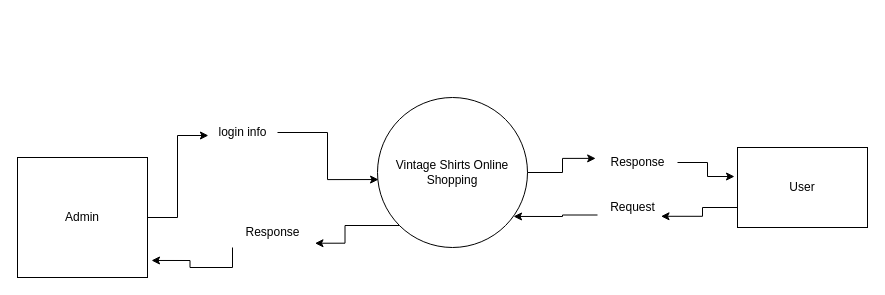
The draw.io diagram Untitled Diagram.drawio in Chukwuebuka-2003/SE-DFD, before the edit. Source tidied: cells renumbered, new cells numbered last; positions are measured from the earlier drawing's top-left corner, leaving out a move shared by most shapes. Both pictures are drawn from the tidied source at 100%, with x=0, y=0 at pixel (17, 97).
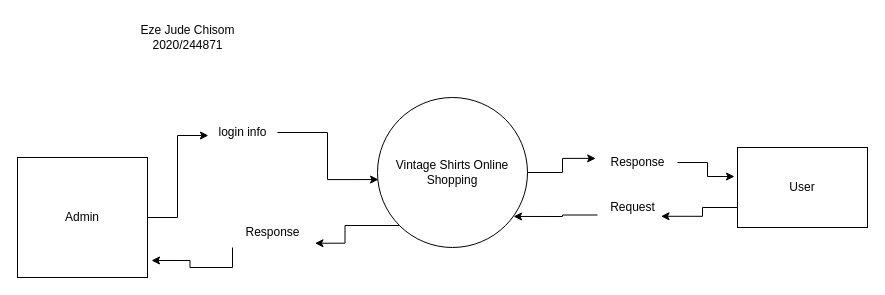
After the change.

The edit, as a diff of the source:
```diff
@@
 <mxGraphModel>
   <root>
     <mxCell id="0" />
     <mxCell id="1" parent="0" />
     <mxCell id="2" value="Vintage Shirts Online Shopping" style="shape=ellipse;html=1;dashed=0;whiteSpace=wrap;perimeter=ellipsePerimeter;" parent="1" vertex="1">
       <mxGeometry x="360" width="150" height="150" as="geometry" />
     </mxCell>
     <mxCell id="3" value="Admin" style="html=1;dashed=0;whiteSpace=wrap;" parent="1" vertex="1">
       <mxGeometry y="60" width="130" height="120" as="geometry" />
     </mxCell>
     <mxCell id="4" value="User" style="html=1;dashed=0;whiteSpace=wrap;" parent="1" vertex="1">
       <mxGeometry x="720" y="50" width="130" height="80" as="geometry" />
     </mxCell>
     <mxCell id="5" style="edgeStyle=orthogonalEdgeStyle;rounded=0;jettySize=auto;html=1;exitX=0;exitY=1;exitDx=0;exitDy=0;entryX=1.031;entryY=0.858;entryDx=0;entryDy=0;entryPerimeter=0;" parent="1" edge="1" source="16" target="3">
       <mxGeometry relative="1" as="geometry" />
     </mxCell>
     <mxCell id="6" style="edgeStyle=orthogonalEdgeStyle;rounded=0;jettySize=auto;html=1;exitX=1;exitY=0.5;exitDx=0;exitDy=0;entryX=-0.023;entryY=0.363;entryDx=0;entryDy=0;entryPerimeter=0;" parent="1" edge="1" source="9" target="4">
       <mxGeometry relative="1" as="geometry" />
     </mxCell>
     <mxCell id="7" style="edgeStyle=orthogonalEdgeStyle;rounded=0;jettySize=auto;html=1;exitX=0;exitY=0.75;exitDx=0;exitDy=0;entryX=0.907;entryY=0.793;entryDx=0;entryDy=0;entryPerimeter=0;" parent="1" edge="1" source="11" target="2">
       <mxGeometry relative="1" as="geometry" />
     </mxCell>
     <mxCell id="8" style="edgeStyle=orthogonalEdgeStyle;rounded=0;jettySize=auto;html=1;exitX=1;exitY=0.5;exitDx=0;exitDy=0;entryX=-0.023;entryY=0.363;entryDx=0;entryDy=0;entryPerimeter=0;" parent="1" edge="1" source="2" target="9">
       <mxGeometry relative="1" as="geometry" />
     </mxCell>
     <mxCell id="9" value="Response" style="text;html=1;align=center;verticalAlign=middle;points=[];strokeColor=none;fillColor=none;" parent="1" vertex="1">
       <mxGeometry x="580" y="50" width="80" height="30" as="geometry" />
     </mxCell>
     <mxCell id="10" style="edgeStyle=orthogonalEdgeStyle;rounded=0;jettySize=auto;html=1;exitX=0;exitY=0.75;exitDx=0;exitDy=0;entryX=0.907;entryY=0.793;entryDx=0;entryDy=0;entryPerimeter=0;" parent="1" edge="1" source="4" target="11">
       <mxGeometry relative="1" as="geometry" />
     </mxCell>
     <mxCell id="11" value="Request" style="text;html=1;align=center;verticalAlign=middle;points=[];strokeColor=none;fillColor=none;" parent="1" vertex="1">
       <mxGeometry x="580" y="95" width="70" height="30" as="geometry" />
     </mxCell>
     <mxCell id="12" style="edgeStyle=orthogonalEdgeStyle;rounded=0;jettySize=auto;html=1;exitX=1;exitY=0.5;exitDx=0;exitDy=0;entryX=0.013;entryY=0.6;entryDx=0;entryDy=0;entryPerimeter=0;" parent="1" edge="1" source="3" target="13">
       <mxGeometry relative="1" as="geometry" />
     </mxCell>
     <mxCell id="13" value="login info" style="text;html=1;align=center;verticalAlign=middle;points=[];strokeColor=none;fillColor=none;" parent="1" vertex="1">
       <mxGeometry x="190" y="20" width="70" height="30" as="geometry" />
     </mxCell>
     <mxCell id="14" style="edgeStyle=orthogonalEdgeStyle;rounded=0;jettySize=auto;html=1;entryX=0.007;entryY=0.547;entryDx=0;entryDy=0;entryPerimeter=0;" parent="1" edge="1" source="13" target="2">
       <mxGeometry relative="1" as="geometry" />
     </mxCell>
     <mxCell id="15" style="edgeStyle=orthogonalEdgeStyle;rounded=0;jettySize=auto;html=1;exitX=0;exitY=1;exitDx=0;exitDy=0;entryX=1.031;entryY=0.858;entryDx=0;entryDy=0;entryPerimeter=0;" parent="1" edge="1" source="2" target="16">
       <mxGeometry relative="1" as="geometry" />
     </mxCell>
     <mxCell id="16" value="Response" style="text;html=1;align=center;verticalAlign=middle;points=[];strokeColor=none;fillColor=none;" parent="1" vertex="1">
       <mxGeometry x="215" y="120" width="80" height="30" as="geometry" />
     </mxCell>
+    <mxCell id="17" value="Eze Jude Chisom&lt;br style=&quot;border-color: var(--border-color);&quot;&gt;2020/244871" style="text;html=1;align=center;verticalAlign=middle;strokeColor=none;fillColor=none;" parent="1" vertex="1">
+      <mxGeometry x="110" y="-80" width="120" height="40" as="geometry" />
+    </mxCell>
   </root>
 </mxGraphModel>
```
